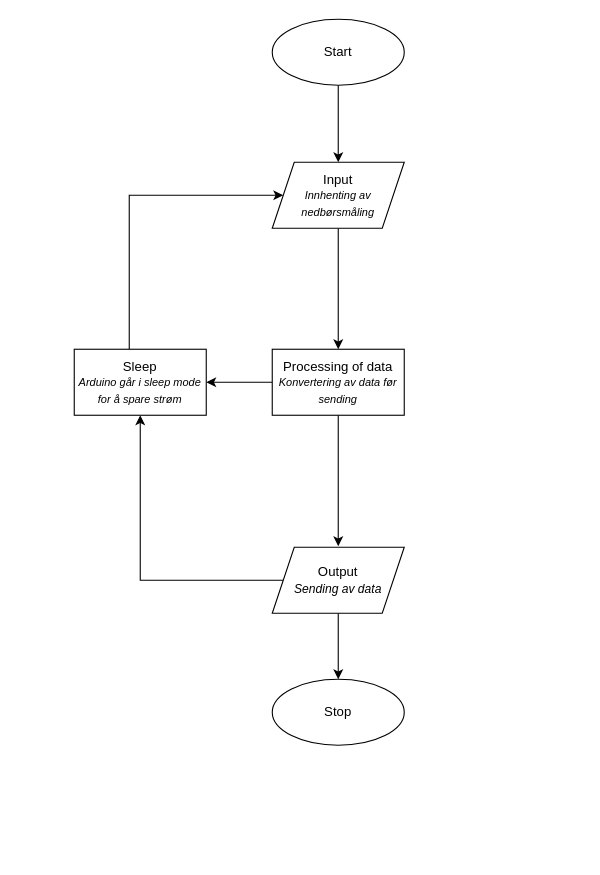
Before: skisseArduinoSender.drawio in ring-jostein/rainSensorNetwork, a draw.io diagram. Source tidied: cells renumbered, new cells numbered last; positions are measured from the earlier drawing's top-left corner, leaving out a move shared by most shapes. Both pictures are drawn from the tidied source at 110%, with x=0, y=0 at pixel (74, 19).
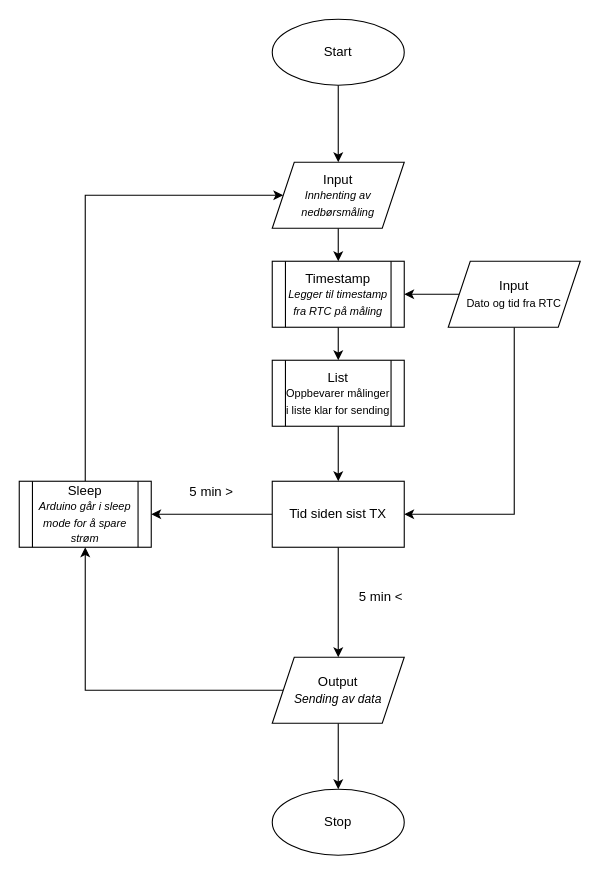
After the change.

Unchanged cells that the change refers to:
```xml
<mxCell id="8" value="Input&lt;br&gt;&lt;i&gt;&lt;font style=&quot;font-size: 10px&quot;&gt;Innhenting av nedbørsmåling&lt;/font&gt;&lt;/i&gt;" style="shape=parallelogram;perimeter=parallelogramPerimeter;whiteSpace=wrap;html=1;fixedSize=1;" parent="1" vertex="1">
  <mxGeometry x="180" y="130" width="120" height="60" as="geometry" />
</mxCell>
```

What changed in the source:
```diff
@@
     <mxCell id="4" value="Stop" style="ellipse;whiteSpace=wrap;html=1;" parent="1" vertex="1">
-      <mxGeometry x="180" y="600" width="120" height="60" as="geometry" />
+      <mxGeometry x="180" y="700" width="120" height="60" as="geometry" />
     </mxCell>
-    <mxCell id="5" style="edgeStyle=orthogonalEdgeStyle;rounded=0;jettySize=auto;html=1;entryX=0;entryY=0.5;entryDx=0;entryDy=0;" parent="1" edge="1" source="6" target="8">
-      <mxGeometry relative="1" as="geometry">
-        <Array as="points">
-          <mxPoint x="50" y="160" />
-        </Array>
-      </mxGeometry>
-    </mxCell>
-    <mxCell id="6" value="Sleep&lt;br&gt;&lt;i&gt;&lt;font style=&quot;font-size: 10px&quot;&gt;Arduino går i sleep mode for å spare strøm&lt;/font&gt;&lt;/i&gt;" style="rounded=0;whiteSpace=wrap;html=1;" parent="1" vertex="1">
-      <mxGeometry y="300" width="120" height="60" as="geometry" />
-    </mxCell>
-    <mxCell id="7" style="edgeStyle=orthogonalEdgeStyle;rounded=0;jettySize=auto;html=1;entryX=0.5;entryY=0;entryDx=0;entryDy=0;" parent="1" edge="1" source="8" target="14">
-      <mxGeometry relative="1" as="geometry">
-        <Array as="points">
-          <mxPoint x="240" y="290" />
-          <mxPoint x="240" y="290" />
-        </Array>
-      </mxGeometry>
-    </mxCell>
+    <mxCell id="15" style="edgeStyle=orthogonalEdgeStyle;rounded=0;jettySize=auto;html=1;" parent="1" edge="1" source="8" target="17">
+      <mxGeometry relative="1" as="geometry" />
+    </mxCell>
@@
     <mxCell id="11" value="Output&lt;br&gt;&lt;i&gt;&lt;font style=&quot;font-size: 11px&quot;&gt;Sending av data&lt;/font&gt;&lt;/i&gt;" style="shape=parallelogram;perimeter=parallelogramPerimeter;whiteSpace=wrap;html=1;fixedSize=1;" parent="1" vertex="1">
-      <mxGeometry x="180" y="480" width="120" height="60" as="geometry" />
+      <mxGeometry x="180" y="580" width="120" height="60" as="geometry" />
     </mxCell>
-    <mxCell id="12" style="edgeStyle=orthogonalEdgeStyle;rounded=0;jettySize=auto;html=1;" parent="1" edge="1" source="14">
-      <mxGeometry relative="1" as="geometry">
-        <mxPoint x="240" y="479" as="targetPoint" />
-        <Array as="points">
-          <mxPoint x="240" y="479" />
-        </Array>
-      </mxGeometry>
-    </mxCell>
-    <mxCell id="13" style="edgeStyle=orthogonalEdgeStyle;rounded=0;jettySize=auto;html=1;entryX=1;entryY=0.5;entryDx=0;entryDy=0;" parent="1" edge="1" source="14" target="6">
-      <mxGeometry relative="1" as="geometry" />
-    </mxCell>
-    <mxCell id="14" value="Processing of data&lt;br&gt;&lt;i&gt;&lt;font style=&quot;font-size: 10px&quot;&gt;Konvertering av data før sending&lt;/font&gt;&lt;/i&gt;" style="rounded=0;whiteSpace=wrap;html=1;" parent="1" vertex="1">
-      <mxGeometry x="180" y="300" width="120" height="60" as="geometry" />
-    </mxCell>
+    <mxCell id="16" style="edgeStyle=orthogonalEdgeStyle;rounded=0;jettySize=auto;html=1;" parent="1" edge="1" source="17" target="22">
+      <mxGeometry relative="1" as="geometry" />
+    </mxCell>
+    <mxCell id="17" value="Timestamp&lt;br style=&quot;font-size: 10px&quot;&gt;&lt;font size=&quot;1&quot;&gt;&lt;i&gt;Legger til timestamp fra RTC på måling&lt;/i&gt;&lt;/font&gt;" style="shape=process;whiteSpace=wrap;html=1;backgroundOutline=1;" parent="1" vertex="1">
+      <mxGeometry x="180" y="220" width="120" height="60" as="geometry" />
+    </mxCell>
+    <mxCell id="18" style="edgeStyle=orthogonalEdgeStyle;rounded=0;jettySize=auto;html=1;" parent="1" edge="1" source="20" target="17">
+      <mxGeometry relative="1" as="geometry" />
+    </mxCell>
+    <mxCell id="19" style="edgeStyle=orthogonalEdgeStyle;rounded=0;jettySize=auto;html=1;entryX=1;entryY=0.5;entryDx=0;entryDy=0;" parent="1" edge="1" source="20" target="27">
+      <mxGeometry relative="1" as="geometry">
+        <Array as="points">
+          <mxPoint x="400" y="450" />
+        </Array>
+      </mxGeometry>
+    </mxCell>
+    <mxCell id="20" value="Input&lt;br style=&quot;font-size: 10px&quot;&gt;&lt;font size=&quot;1&quot;&gt;Dato og tid fra RTC&lt;/font&gt;" style="shape=parallelogram;perimeter=parallelogramPerimeter;whiteSpace=wrap;html=1;fixedSize=1;" parent="1" vertex="1">
+      <mxGeometry x="340" y="220" width="120" height="60" as="geometry" />
+    </mxCell>
+    <mxCell id="21" style="edgeStyle=orthogonalEdgeStyle;rounded=0;jettySize=auto;html=1;entryX=0.5;entryY=0;entryDx=0;entryDy=0;" parent="1" edge="1" source="22" target="27">
+      <mxGeometry relative="1" as="geometry" />
+    </mxCell>
+    <mxCell id="22" value="List&lt;br style=&quot;font-size: 10px&quot;&gt;&lt;font size=&quot;1&quot;&gt;Oppbevarer målinger i liste klar for sending&lt;/font&gt;" style="shape=process;whiteSpace=wrap;html=1;backgroundOutline=1;" parent="1" vertex="1">
+      <mxGeometry x="180" y="310" width="120" height="60" as="geometry" />
+    </mxCell>
+    <mxCell id="5" style="edgeStyle=orthogonalEdgeStyle;rounded=0;jettySize=auto;html=1;entryX=0;entryY=0.5;entryDx=0;entryDy=0;" parent="1" edge="1" source="6" target="8">
+      <mxGeometry relative="1" as="geometry">
+        <Array as="points">
+          <mxPoint x="10" y="160" />
+        </Array>
+      </mxGeometry>
+    </mxCell>
+    <mxCell id="6" value="&lt;span&gt;Sleep&lt;/span&gt;&lt;br&gt;&lt;i&gt;&lt;font style=&quot;font-size: 10px&quot;&gt;Arduino går i sleep mode for å spare strøm&lt;/font&gt;&lt;/i&gt;" style="shape=process;whiteSpace=wrap;html=1;backgroundOutline=1;" parent="1" vertex="1">
+      <mxGeometry x="-50" y="420" width="120" height="60" as="geometry" />
+    </mxCell>
+    <mxCell id="23" value="5 min &amp;gt;" style="text;html=1;strokeColor=none;fillColor=none;align=center;verticalAlign=middle;whiteSpace=wrap;rounded=0;" parent="1" vertex="1">
+      <mxGeometry x="100" y="420" width="50" height="20" as="geometry" />
+    </mxCell>
+    <mxCell id="24" value="5 min &amp;lt;" style="text;html=1;strokeColor=none;fillColor=none;align=center;verticalAlign=middle;whiteSpace=wrap;rounded=0;" parent="1" vertex="1">
+      <mxGeometry x="254" y="515" width="50" height="20" as="geometry" />
+    </mxCell>
+    <mxCell id="25" style="edgeStyle=orthogonalEdgeStyle;rounded=0;jettySize=auto;html=1;entryX=1;entryY=0.5;entryDx=0;entryDy=0;" parent="1" edge="1" source="27" target="6">
+      <mxGeometry relative="1" as="geometry" />
+    </mxCell>
+    <mxCell id="26" style="edgeStyle=orthogonalEdgeStyle;rounded=0;jettySize=auto;html=1;entryX=0.5;entryY=0;entryDx=0;entryDy=0;" parent="1" edge="1" source="27" target="11">
+      <mxGeometry relative="1" as="geometry" />
+    </mxCell>
+    <mxCell id="27" value="Tid siden sist TX" style="rounded=0;whiteSpace=wrap;html=1;" parent="1" vertex="1">
+      <mxGeometry x="180" y="420" width="120" height="60" as="geometry" />
+    </mxCell>
```
